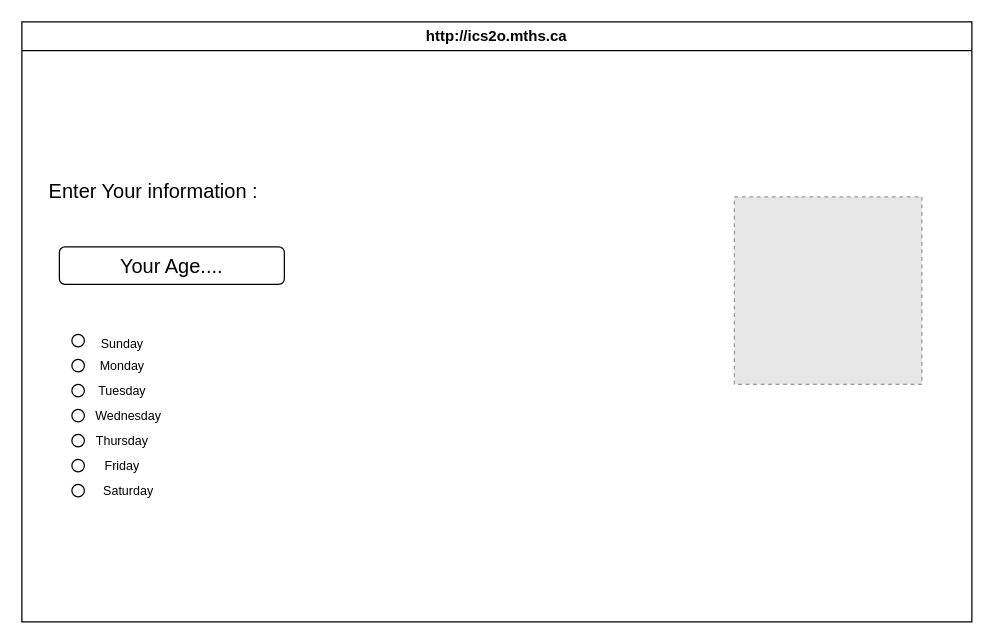
Before: design/storyboard.drawio in MTHS-ICD2O-1-2023/ICD2O-Unit-5-04-George-Khalil-29, a draw.io diagram. Source tidied: cells renumbered, new cells numbered last; positions are measured from the earlier drawing's top-left corner, leaving out a move shared by most shapes. Both pictures are drawn from the tidied source at 125%, with x=0, y=0 at pixel (21, 21). Pictures stored in the file or linked from it are replaced by grey dashed boxes.
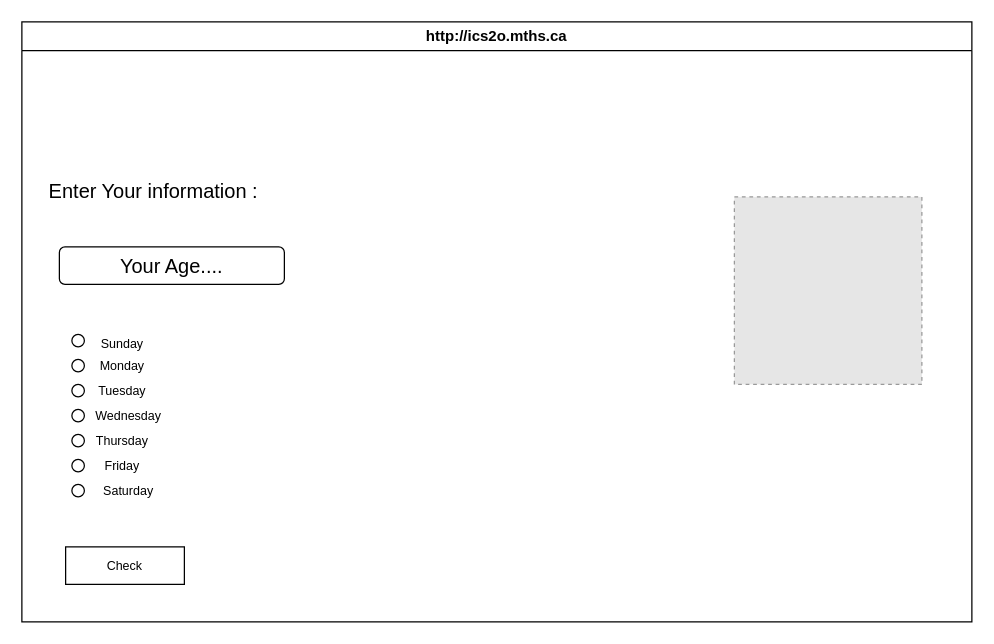
The same page after the edit.

Unchanged cells that the change refers to:
```xml
<mxCell id="2" value="http://ics2o.mths.ca" style="swimlane;whiteSpace=wrap;html=1;" parent="1" vertex="1">
  <mxGeometry width="760" height="480" as="geometry" />
</mxCell>
```

The edit, as a diff of the source:
```diff
@@
+    <mxCell id="21" value="Check" style="rounded=0;whiteSpace=wrap;html=1;labelBackgroundColor=none;fontSize=10;" parent="2" vertex="1">
+      <mxGeometry x="35" y="420" width="95" height="30" as="geometry" />
+    </mxCell>
```
